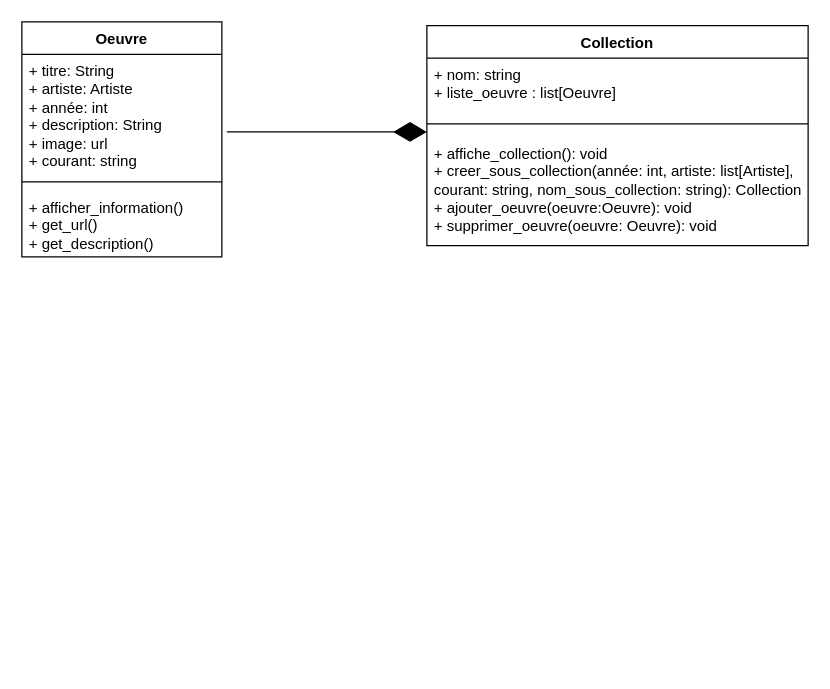
This is artefile_uml.drawio from akbarNz/projet_dev_ba2, a draw.io file, before an edit. Source tidied: cells renumbered, new cells numbered last; positions are measured from the earlier drawing's top-left corner, leaving out a move shared by most shapes. Both pictures are drawn from the tidied source at 125%, with x=0, y=0 at pixel (21, 21).
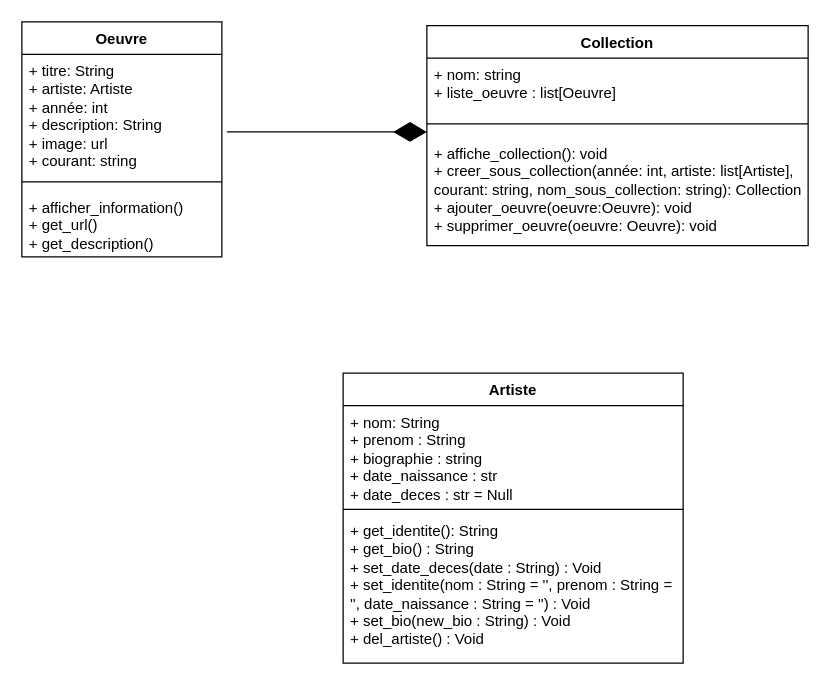
The same diagram, later.

Change to the diagram source:
```diff
@@
 <mxGraphModel>
   <root>
     <mxCell id="0" />
     <mxCell id="1" parent="0" />
     <mxCell id="2" value="Oeuvre" style="swimlane;fontStyle=1;align=center;verticalAlign=top;horizontal=1;startSize=26;whiteSpace=wrap;html=1;" parent="1" vertex="1">
       <mxGeometry width="160" height="188" as="geometry" />
     </mxCell>
     <mxCell id="3" value="&lt;span style=&quot;text-wrap-mode: nowrap;&quot;&gt;+ titre: String&lt;/span&gt;&lt;br style=&quot;padding: 0px; margin: 0px; text-wrap-mode: nowrap;&quot;&gt;&lt;span style=&quot;text-wrap-mode: nowrap;&quot;&gt;+ artiste: Artiste&lt;/span&gt;&lt;br style=&quot;padding: 0px; margin: 0px; text-wrap-mode: nowrap;&quot;&gt;&lt;span style=&quot;text-wrap-mode: nowrap;&quot;&gt;+ année: int&lt;/span&gt;&lt;br style=&quot;padding: 0px; margin: 0px; text-wrap-mode: nowrap;&quot;&gt;&lt;span style=&quot;text-wrap-mode: nowrap;&quot;&gt;+ description: String&lt;/span&gt;&lt;br style=&quot;padding: 0px; margin: 0px; text-wrap-mode: nowrap;&quot;&gt;&lt;span style=&quot;text-wrap-mode: nowrap;&quot;&gt;+ image: url&lt;/span&gt;&lt;div&gt;&lt;span style=&quot;text-wrap-mode: nowrap;&quot;&gt;+ courant: string&lt;/span&gt;&lt;/div&gt;&lt;div&gt;&lt;span style=&quot;text-wrap-mode: nowrap;&quot;&gt;&lt;br&gt;&lt;/span&gt;&lt;/div&gt;" style="text;strokeColor=none;fillColor=none;align=left;verticalAlign=top;spacingLeft=4;spacingRight=4;overflow=hidden;whiteSpace=wrap;html=1;" parent="2" vertex="1">
       <mxGeometry y="26" width="160" height="95" as="geometry" />
     </mxCell>
     <mxCell id="4" style="line;strokeWidth=1;fillColor=none;align=left;verticalAlign=middle;spacingTop=-1;spacingLeft=3;spacingRight=3;labelPosition=right;strokeColor=inherit;" parent="2" vertex="1">
       <mxGeometry y="121" width="160" height="14" as="geometry" />
     </mxCell>
     <mxCell id="5" value="+ afficher_information()&lt;div&gt;+ get_url()&lt;/div&gt;&lt;div&gt;+&amp;nbsp;&lt;span style=&quot;background-color: initial;&quot;&gt;get_description()&lt;/span&gt;&lt;/div&gt;" style="text;strokeColor=none;fillColor=none;align=left;verticalAlign=top;spacingLeft=4;spacingRight=4;overflow=hidden;whiteSpace=wrap;html=1;" parent="2" vertex="1">
       <mxGeometry y="135" width="160" height="53" as="geometry" />
     </mxCell>
+    <mxCell id="11" value="Artiste" style="swimlane;fontStyle=1;align=center;verticalAlign=top;horizontal=1;startSize=26;whiteSpace=wrap;html=1;" parent="1" vertex="1">
+      <mxGeometry x="257" y="281" width="272" height="232" as="geometry" />
+    </mxCell>
+    <mxCell id="12" value="&lt;div&gt;+ nom: String&lt;/div&gt;&lt;div&gt;+ prenom : String&lt;/div&gt;&lt;div&gt;+ biographie : string&lt;/div&gt;&lt;div&gt;+ date_naissance : str&lt;/div&gt;&lt;div&gt;+ date_deces : str = Null&lt;br&gt;&lt;/div&gt;&lt;div&gt;&lt;br&gt;&lt;/div&gt;" style="text;strokeColor=none;fillColor=none;align=left;verticalAlign=top;spacingLeft=4;spacingRight=4;overflow=hidden;whiteSpace=wrap;html=1;" parent="11" vertex="1">
+      <mxGeometry y="26" width="272" height="79" as="geometry" />
+    </mxCell>
+    <mxCell id="13" style="line;strokeWidth=1;fillColor=none;align=left;verticalAlign=middle;spacingTop=-1;spacingLeft=3;spacingRight=3;labelPosition=right;strokeColor=inherit;" parent="11" vertex="1">
+      <mxGeometry y="105" width="272" height="8" as="geometry" />
+    </mxCell>
+    <mxCell id="14" value="&lt;div&gt;+ get_identite(): String&lt;/div&gt;&lt;div&gt;+ get_bio() : String&lt;/div&gt;&lt;div&gt;+ set_date_deces(date : String) : Void&lt;/div&gt;&lt;div&gt;+ set_identite(nom : String = '', prenom : String = '', date_naissance : String = '') : Void&lt;/div&gt;&lt;div&gt;+ set_bio(new_bio : String) : Void&lt;/div&gt;&lt;div&gt;+ del_artiste() : Void&lt;br&gt;&lt;/div&gt;&lt;div&gt;&amp;nbsp;&lt;br&gt;&lt;/div&gt;" style="text;strokeColor=none;fillColor=none;align=left;verticalAlign=top;spacingLeft=4;spacingRight=4;overflow=hidden;whiteSpace=wrap;html=1;" parent="11" vertex="1">
+      <mxGeometry y="113" width="272" height="119" as="geometry" />
+    </mxCell>
     <mxCell id="6" value="Collection" style="swimlane;fontStyle=1;align=center;verticalAlign=top;horizontal=1;startSize=26;whiteSpace=wrap;html=1;" parent="1" vertex="1">
       <mxGeometry x="324" y="3" width="305" height="176" as="geometry" />
     </mxCell>
     <mxCell id="7" value="+ nom: string&lt;div&gt;&lt;div&gt;+ liste_oeuvre : list[Oeuvre]&lt;/div&gt;&lt;/div&gt;" style="text;strokeColor=none;fillColor=none;align=left;verticalAlign=top;spacingLeft=4;spacingRight=4;overflow=hidden;whiteSpace=wrap;html=1;" parent="6" vertex="1">
       <mxGeometry y="26" width="305" height="42" as="geometry" />
     </mxCell>
     <mxCell id="8" style="line;strokeWidth=1;fillColor=none;align=left;verticalAlign=middle;spacingTop=-1;spacingLeft=3;spacingRight=3;labelPosition=right;strokeColor=inherit;" parent="6" vertex="1">
       <mxGeometry y="68" width="305" height="21" as="geometry" />
     </mxCell>
     <mxCell id="9" value="+ affiche_collection(): void&lt;div&gt;+ creer_sous_collection(année: int, artiste: list[Artiste], courant: string, nom_sous_collection: string): Collection&lt;/div&gt;&lt;div&gt;+ ajouter_oeuvre(oeuvre:Oeuvre): void&lt;/div&gt;&lt;div&gt;+ supprimer_oeuvre(oeuvre: Oeuvre): void&lt;/div&gt;" style="text;strokeColor=none;fillColor=none;align=left;verticalAlign=top;spacingLeft=4;spacingRight=4;overflow=hidden;whiteSpace=wrap;html=1;" parent="6" vertex="1">
       <mxGeometry y="89" width="305" height="87" as="geometry" />
     </mxCell>
     <mxCell id="10" style="endArrow=diamondThin;endFill=1;endSize=24;html=1;rounded=0;" parent="1" edge="1">
       <mxGeometry relative="1" as="geometry">
         <mxPoint x="164" y="88" as="sourcePoint" />
         <mxPoint x="324" y="88" as="targetPoint" />
       </mxGeometry>
     </mxCell>
   </root>
 </mxGraphModel>
```
